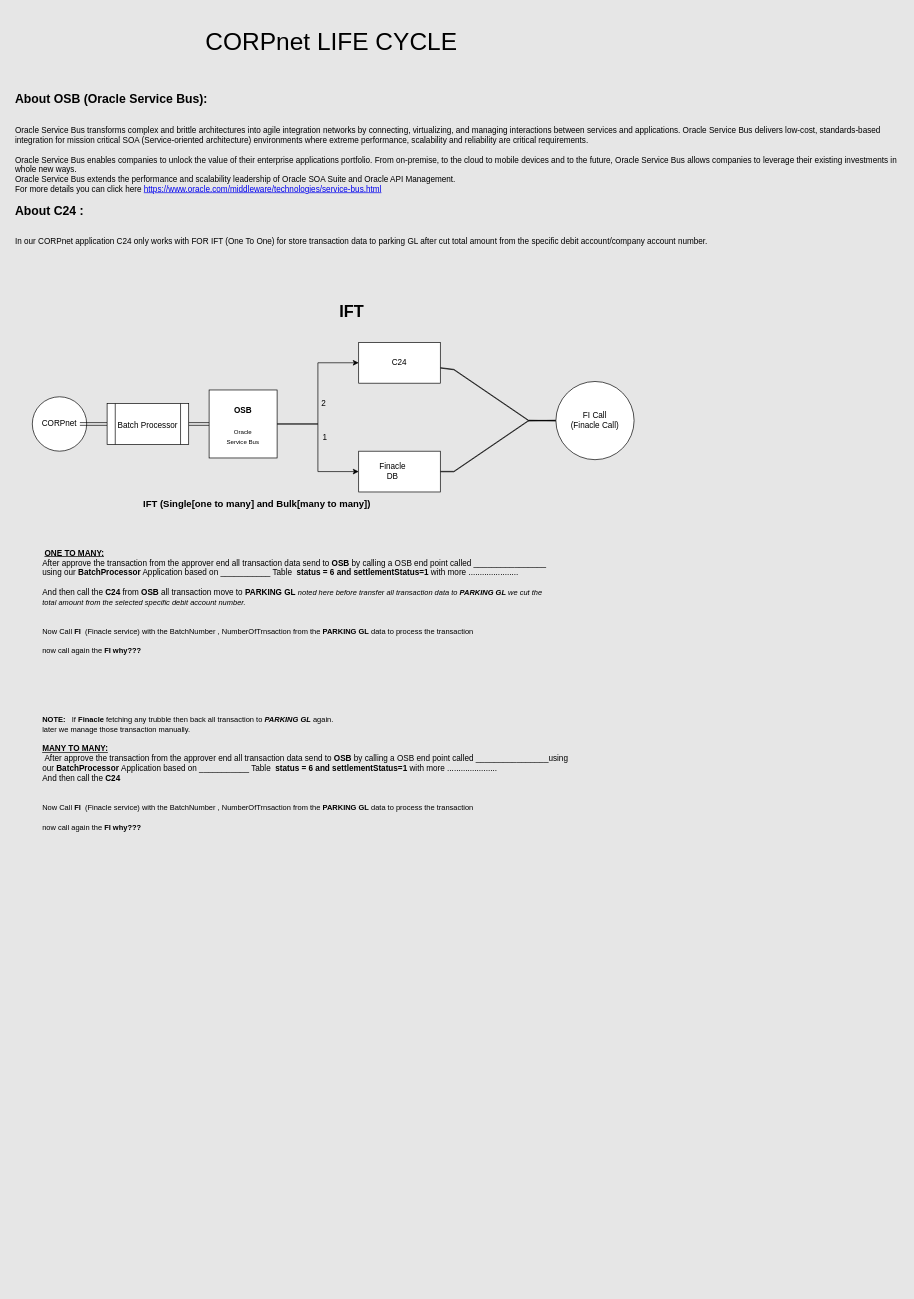
Earlier version of the draw.io diagram Untitled Diagram.drawio (MdGolam-Kibria/ApiForRoadsideHelper). Source tidied: cells renumbered, new cells numbered last; positions are measured from the earlier drawing's top-left corner, leaving out a move shared by most shapes. Both pictures are drawn from the tidied source at 68%, with x=0, y=0 at pixel (12, 22).
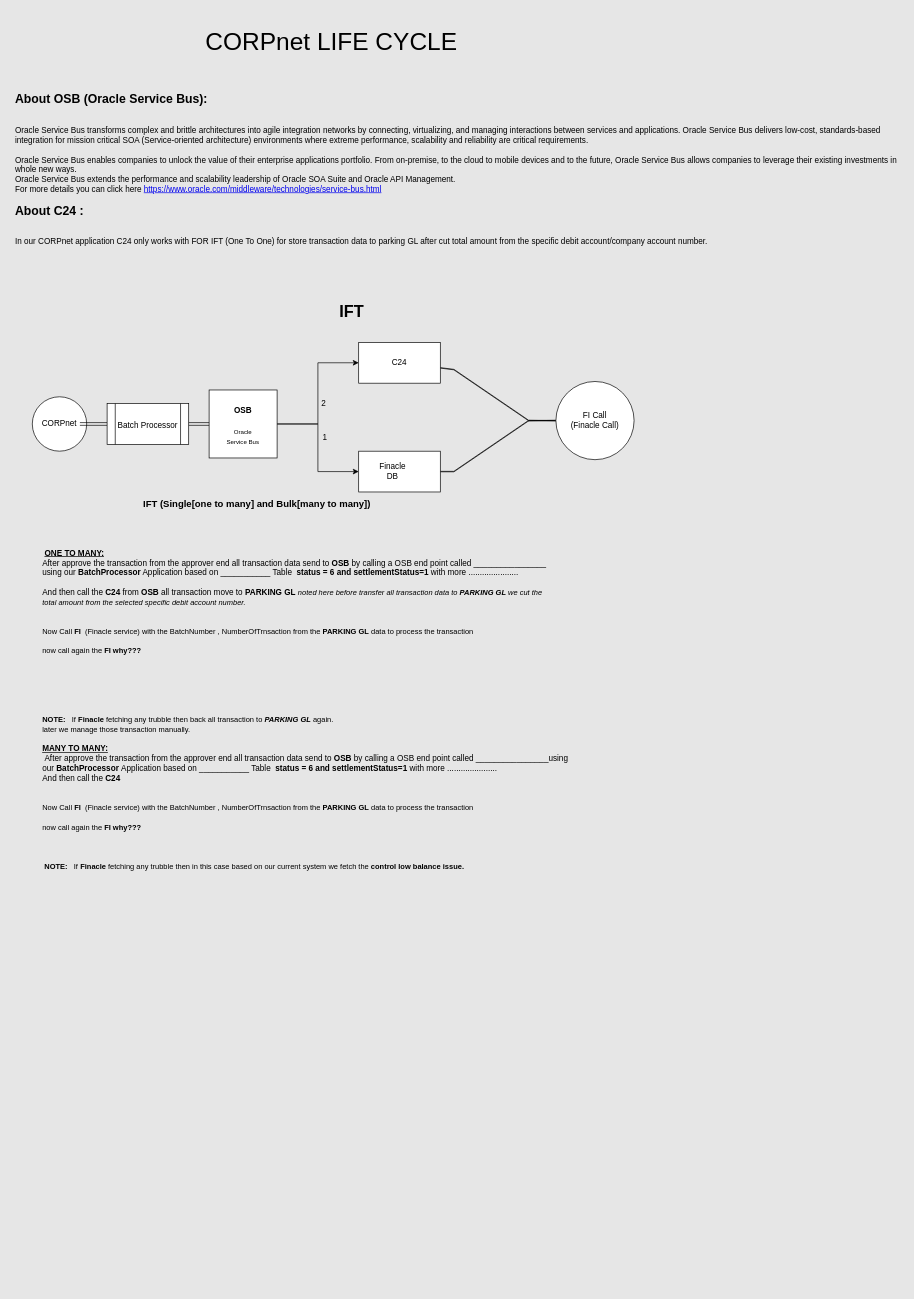
The same diagram, later.

Change to the diagram source:
```diff
@@
-    <mxCell id="17" value="&lt;div&gt;&lt;div style=&quot;text-align: center&quot;&gt;&lt;br&gt;&lt;/div&gt;&lt;div style=&quot;text-align: center&quot;&gt;&lt;b&gt;&lt;font style=&quot;font-size: 24px&quot;&gt;&lt;br&gt;&lt;/font&gt;&lt;/b&gt;&lt;/div&gt;&lt;div&gt;&lt;b&gt;&lt;span&gt; &amp;nbsp;&lt;/span&gt;&amp;nbsp; &amp;nbsp; &amp;nbsp; &amp;nbsp; &amp;nbsp; &amp;nbsp;&amp;nbsp;&lt;u&gt;ONE TO MANY:&lt;/u&gt;&lt;/b&gt;&lt;/div&gt;&lt;blockquote style=&quot;margin: 0px 0px 0px 40px ; border: none ; padding: 0px&quot;&gt;&lt;div&gt;&lt;/div&gt;&lt;/blockquote&gt;&lt;/div&gt;&lt;blockquote style=&quot;margin: 0 0 0 40px ; border: none ; padding: 0px&quot;&gt;&lt;div&gt;&lt;div&gt;&lt;span&gt;After approve the transaction from the approver end all transaction data send to &lt;/span&gt;&lt;b&gt;OSB&lt;/b&gt;&lt;span&gt;&amp;nbsp;by calling a OSB end point called ________________&lt;/span&gt;&lt;/div&gt;&lt;/div&gt;&lt;div&gt;using our &lt;b&gt;BatchProcessor&lt;/b&gt; Application based on ___________ Table&amp;nbsp; &lt;b&gt;status = 6 and settlementStatus=1&lt;/b&gt; with more ......................&lt;/div&gt;&lt;div&gt;&lt;br&gt;&lt;/div&gt;&lt;div&gt;And then call the &lt;b&gt;C24 &lt;/b&gt;from&lt;b&gt; OSB&amp;nbsp;&lt;/b&gt;all transaction move to&amp;nbsp;&lt;b&gt;PARKING GL&lt;/b&gt;&amp;nbsp;&lt;i&gt;&lt;font style=&quot;font-size: 11px&quot;&gt;noted here before transfer all transaction data to &lt;b&gt;PARKING GL&lt;/b&gt;&amp;nbsp;we cut the&amp;nbsp;&lt;/font&gt;&lt;/i&gt;&lt;/div&gt;&lt;div&gt;&lt;i&gt;&lt;font style=&quot;font-size: 11px&quot;&gt;total amount from the selected specific debit account number.&lt;/font&gt;&lt;/i&gt;&lt;/div&gt;&lt;div&gt;&lt;i&gt;&lt;font style=&quot;font-size: 11px&quot;&gt;&lt;br&gt;&lt;/font&gt;&lt;/i&gt;&lt;/div&gt;&lt;div&gt;&lt;i&gt;&lt;font style=&quot;font-size: 11px&quot;&gt;&lt;br&gt;&lt;/font&gt;&lt;/i&gt;&lt;/div&gt;&lt;div&gt;&lt;span style=&quot;font-size: 11px&quot;&gt;Now Call &lt;b&gt;FI&amp;nbsp;&amp;nbsp;&lt;/b&gt;(Finacle service) with the BatchNumber , NumberOfTrnsaction&lt;b&gt;&amp;nbsp;&lt;/b&gt;from the&amp;nbsp;&lt;/span&gt;&lt;span&gt;&lt;font style=&quot;font-size: 11px&quot;&gt;&lt;b&gt;PARKING GL&lt;/b&gt;&lt;b style=&quot;font-style: italic&quot;&gt; &lt;/b&gt;data to process the transaction&lt;/font&gt;&lt;/span&gt;&lt;/div&gt;&lt;div&gt;&lt;span&gt;&lt;font style=&quot;font-size: 11px&quot;&gt;&lt;br&gt;&lt;/font&gt;&lt;/span&gt;&lt;/div&gt;&lt;div&gt;&lt;font style=&quot;font-size: 11px&quot;&gt;now call again the &lt;b&gt;FI why???&lt;/b&gt;&lt;/font&gt;&lt;/div&gt;&lt;div&gt;&lt;span&gt;&lt;font style=&quot;font-size: 11px&quot;&gt;&lt;b&gt;&lt;br&gt;&lt;/b&gt;&lt;/font&gt;&lt;/span&gt;&lt;/div&gt;&lt;div&gt;&lt;span&gt;&lt;font style=&quot;font-size: 11px&quot;&gt;&lt;b&gt;&lt;br&gt;&lt;/b&gt;&lt;/font&gt;&lt;/span&gt;&lt;/div&gt;&lt;div&gt;&lt;span&gt;&lt;font style=&quot;font-size: 11px&quot;&gt;&lt;b&gt;&lt;br&gt;&lt;/b&gt;&lt;/font&gt;&lt;/span&gt;&lt;/div&gt;&lt;div&gt;&lt;span&gt;&lt;font style=&quot;font-size: 11px&quot;&gt;&lt;b&gt;&lt;br&gt;&lt;/b&gt;&lt;/font&gt;&lt;/span&gt;&lt;/div&gt;&lt;div&gt;&lt;span&gt;&lt;font style=&quot;font-size: 11px&quot;&gt;&lt;b&gt;&lt;br&gt;&lt;/b&gt;&lt;/font&gt;&lt;/span&gt;&lt;/div&gt;&lt;div&gt;&lt;span&gt;&lt;font style=&quot;font-size: 11px&quot;&gt;&lt;b&gt;&lt;br&gt;&lt;/b&gt;&lt;/font&gt;&lt;/span&gt;&lt;/div&gt;&lt;div&gt;&lt;font&gt;&lt;b style=&quot;font-size: 11px&quot;&gt;NOTE:&amp;nbsp; &amp;nbsp;&lt;/b&gt;&lt;span style=&quot;font-size: 11px&quot;&gt;If&lt;/span&gt; &lt;b style=&quot;font-size: 11px&quot;&gt;Finacle&amp;nbsp;&lt;/b&gt;&lt;span style=&quot;font-size: 11px&quot;&gt;fetching&lt;b&gt; &lt;/b&gt;any t&lt;/span&gt;&lt;/font&gt;&lt;span style=&quot;font-size: 11px&quot;&gt;rubble then back all transaction to&amp;nbsp;&lt;/span&gt;&lt;span&gt;&lt;font style=&quot;font-size: 11px&quot;&gt;&lt;b style=&quot;font-style: italic&quot;&gt;PARKING GL&lt;/b&gt;&lt;i&gt;&amp;nbsp;&lt;/i&gt;again.&amp;nbsp;&lt;/font&gt;&lt;/span&gt;&lt;/div&gt;&lt;div&gt;&lt;span&gt;&lt;font style=&quot;font-size: 11px&quot;&gt;later we manage those transaction manually.&lt;i&gt;&amp;nbsp;&lt;/i&gt;&lt;/font&gt;&lt;/span&gt;&lt;/div&gt;&lt;div&gt;&lt;u&gt;&lt;b&gt;&lt;br&gt;&lt;/b&gt;&lt;/u&gt;&lt;/div&gt;&lt;div&gt;&lt;u&gt;&lt;b&gt;MANY TO MANY:&lt;/b&gt;&lt;/u&gt;&lt;br&gt;&lt;/div&gt;&lt;div&gt;&amp;nbsp;After approve the transaction from the approver end all transaction data send to&amp;nbsp;&lt;b&gt;OSB&lt;/b&gt;&amp;nbsp;by calling a OSB end point called ________________using our&amp;nbsp;&lt;b&gt;BatchProcessor&lt;/b&gt;&amp;nbsp;Application based on ___________ &lt;span&gt;Table&amp;nbsp; &lt;b&gt;status = 6 and settlementStatus=1&lt;/b&gt; with more ......................&lt;/span&gt;&lt;/div&gt;&lt;div&gt;&lt;div&gt;And then call the&amp;nbsp;&lt;b&gt;C24&amp;nbsp;&lt;/b&gt;&lt;/div&gt;&lt;div&gt;&lt;br&gt;&lt;/div&gt;&lt;div&gt;&lt;br&gt;&lt;/div&gt;&lt;div&gt;&lt;span style=&quot;font-size: 11px&quot;&gt;Now Call&amp;nbsp;&lt;b&gt;FI&amp;nbsp;&amp;nbsp;&lt;/b&gt;(Finacle service) with the BatchNumber , NumberOfTrnsaction&lt;b&gt;&amp;nbsp;&lt;/b&gt;from the&amp;nbsp;&lt;/span&gt;&lt;font style=&quot;font-size: 11px&quot;&gt;&lt;b&gt;PARKING GL&lt;/b&gt;&lt;b style=&quot;font-style: italic&quot;&gt;&amp;nbsp;&lt;/b&gt;data to process the transaction&lt;/font&gt;&lt;/div&gt;&lt;div&gt;&lt;font style=&quot;font-size: 11px&quot;&gt;&lt;br&gt;&lt;/font&gt;&lt;/div&gt;&lt;div&gt;&lt;font style=&quot;font-size: 11px&quot;&gt;now call again the&amp;nbsp;&lt;b&gt;FI why???&lt;/b&gt;&lt;/font&gt;&lt;/div&gt;&lt;/div&gt;&lt;div&gt;&lt;font&gt;&lt;span style=&quot;font-size: 11px&quot;&gt;&amp;nbsp;&lt;/span&gt;&lt;/font&gt;&lt;/div&gt;&lt;/blockquote&gt;&lt;div&gt;&lt;b&gt;&lt;br&gt;&lt;/b&gt;&lt;/div&gt;&lt;div&gt;&lt;b&gt;&lt;br&gt;&lt;/b&gt;&lt;/div&gt;&lt;div&gt;&lt;br&gt;&lt;/div&gt;" style="text;html=1;strokeColor=none;fillColor=none;spacing=5;spacingTop=-20;overflow=hidden;rounded=0;fontSize=12;labelBackgroundColor=none;labelBorderColor=none;whiteSpace=wrap;direction=west;" parent="1" vertex="1">
+    <mxCell id="17" value="&lt;div&gt;&lt;div style=&quot;text-align: center&quot;&gt;&lt;br&gt;&lt;/div&gt;&lt;div style=&quot;text-align: center&quot;&gt;&lt;b&gt;&lt;font style=&quot;font-size: 24px&quot;&gt;&lt;br&gt;&lt;/font&gt;&lt;/b&gt;&lt;/div&gt;&lt;div&gt;&lt;b&gt;&lt;span&gt; &amp;nbsp;&lt;/span&gt;&amp;nbsp; &amp;nbsp; &amp;nbsp; &amp;nbsp; &amp;nbsp; &amp;nbsp;&amp;nbsp;&lt;u&gt;ONE TO MANY:&lt;/u&gt;&lt;/b&gt;&lt;/div&gt;&lt;blockquote style=&quot;margin: 0px 0px 0px 40px ; border: none ; padding: 0px&quot;&gt;&lt;div&gt;&lt;/div&gt;&lt;/blockquote&gt;&lt;/div&gt;&lt;blockquote style=&quot;margin: 0 0 0 40px ; border: none ; padding: 0px&quot;&gt;&lt;div&gt;&lt;div&gt;&lt;span&gt;After approve the transaction from the approver end all transaction data send to &lt;/span&gt;&lt;b&gt;OSB&lt;/b&gt;&lt;span&gt;&amp;nbsp;by calling a OSB end point called ________________&lt;/span&gt;&lt;/div&gt;&lt;/div&gt;&lt;div&gt;using our &lt;b&gt;BatchProcessor&lt;/b&gt; Application based on ___________ Table&amp;nbsp; &lt;b&gt;status = 6 and settlementStatus=1&lt;/b&gt; with more ......................&lt;/div&gt;&lt;div&gt;&lt;br&gt;&lt;/div&gt;&lt;div&gt;And then call the &lt;b&gt;C24 &lt;/b&gt;from&lt;b&gt; OSB&amp;nbsp;&lt;/b&gt;all transaction move to&amp;nbsp;&lt;b&gt;PARKING GL&lt;/b&gt;&amp;nbsp;&lt;i&gt;&lt;font style=&quot;font-size: 11px&quot;&gt;noted here before transfer all transaction data to &lt;b&gt;PARKING GL&lt;/b&gt;&amp;nbsp;we cut the&amp;nbsp;&lt;/font&gt;&lt;/i&gt;&lt;/div&gt;&lt;div&gt;&lt;i&gt;&lt;font style=&quot;font-size: 11px&quot;&gt;total amount from the selected specific debit account number.&lt;/font&gt;&lt;/i&gt;&lt;/div&gt;&lt;div&gt;&lt;i&gt;&lt;font style=&quot;font-size: 11px&quot;&gt;&lt;br&gt;&lt;/font&gt;&lt;/i&gt;&lt;/div&gt;&lt;div&gt;&lt;i&gt;&lt;font style=&quot;font-size: 11px&quot;&gt;&lt;br&gt;&lt;/font&gt;&lt;/i&gt;&lt;/div&gt;&lt;div&gt;&lt;span style=&quot;font-size: 11px&quot;&gt;Now Call &lt;b&gt;FI&amp;nbsp;&amp;nbsp;&lt;/b&gt;(Finacle service) with the BatchNumber , NumberOfTrnsaction&lt;b&gt;&amp;nbsp;&lt;/b&gt;from the&amp;nbsp;&lt;/span&gt;&lt;span&gt;&lt;font style=&quot;font-size: 11px&quot;&gt;&lt;b&gt;PARKING GL&lt;/b&gt;&lt;b style=&quot;font-style: italic&quot;&gt; &lt;/b&gt;data to process the transaction&lt;/font&gt;&lt;/span&gt;&lt;/div&gt;&lt;div&gt;&lt;span&gt;&lt;font style=&quot;font-size: 11px&quot;&gt;&lt;br&gt;&lt;/font&gt;&lt;/span&gt;&lt;/div&gt;&lt;div&gt;&lt;font style=&quot;font-size: 11px&quot;&gt;now call again the &lt;b&gt;FI why???&lt;/b&gt;&lt;/font&gt;&lt;/div&gt;&lt;div&gt;&lt;span&gt;&lt;font style=&quot;font-size: 11px&quot;&gt;&lt;b&gt;&lt;br&gt;&lt;/b&gt;&lt;/font&gt;&lt;/span&gt;&lt;/div&gt;&lt;div&gt;&lt;span&gt;&lt;font style=&quot;font-size: 11px&quot;&gt;&lt;b&gt;&lt;br&gt;&lt;/b&gt;&lt;/font&gt;&lt;/span&gt;&lt;/div&gt;&lt;div&gt;&lt;span&gt;&lt;font style=&quot;font-size: 11px&quot;&gt;&lt;b&gt;&lt;br&gt;&lt;/b&gt;&lt;/font&gt;&lt;/span&gt;&lt;/div&gt;&lt;div&gt;&lt;span&gt;&lt;font style=&quot;font-size: 11px&quot;&gt;&lt;b&gt;&lt;br&gt;&lt;/b&gt;&lt;/font&gt;&lt;/span&gt;&lt;/div&gt;&lt;div&gt;&lt;span&gt;&lt;font style=&quot;font-size: 11px&quot;&gt;&lt;b&gt;&lt;br&gt;&lt;/b&gt;&lt;/font&gt;&lt;/span&gt;&lt;/div&gt;&lt;div&gt;&lt;span&gt;&lt;font style=&quot;font-size: 11px&quot;&gt;&lt;b&gt;&lt;br&gt;&lt;/b&gt;&lt;/font&gt;&lt;/span&gt;&lt;/div&gt;&lt;div&gt;&lt;font&gt;&lt;b style=&quot;font-size: 11px&quot;&gt;NOTE:&amp;nbsp; &amp;nbsp;&lt;/b&gt;&lt;span style=&quot;font-size: 11px&quot;&gt;If&lt;/span&gt; &lt;b style=&quot;font-size: 11px&quot;&gt;Finacle&amp;nbsp;&lt;/b&gt;&lt;span style=&quot;font-size: 11px&quot;&gt;fetching&lt;b&gt; &lt;/b&gt;any t&lt;/span&gt;&lt;/font&gt;&lt;span style=&quot;font-size: 11px&quot;&gt;rubble then back all transaction to&amp;nbsp;&lt;/span&gt;&lt;span&gt;&lt;font style=&quot;font-size: 11px&quot;&gt;&lt;b style=&quot;font-style: italic&quot;&gt;PARKING GL&lt;/b&gt;&lt;i&gt;&amp;nbsp;&lt;/i&gt;again.&amp;nbsp;&lt;/font&gt;&lt;/span&gt;&lt;/div&gt;&lt;div&gt;&lt;span&gt;&lt;font style=&quot;font-size: 11px&quot;&gt;later we manage those transaction manually.&lt;i&gt;&amp;nbsp;&lt;/i&gt;&lt;/font&gt;&lt;/span&gt;&lt;/div&gt;&lt;div&gt;&lt;u&gt;&lt;b&gt;&lt;br&gt;&lt;/b&gt;&lt;/u&gt;&lt;/div&gt;&lt;div&gt;&lt;u&gt;&lt;b&gt;MANY TO MANY:&lt;/b&gt;&lt;/u&gt;&lt;br&gt;&lt;/div&gt;&lt;div&gt;&amp;nbsp;After approve the transaction from the approver end all transaction data send to&amp;nbsp;&lt;b&gt;OSB&lt;/b&gt;&amp;nbsp;by calling a OSB end point called ________________using our&amp;nbsp;&lt;b&gt;BatchProcessor&lt;/b&gt;&amp;nbsp;Application based on ___________ &lt;span&gt;Table&amp;nbsp; &lt;b&gt;status = 6 and settlementStatus=1&lt;/b&gt; with more ......................&lt;/span&gt;&lt;/div&gt;&lt;div&gt;&lt;div&gt;And then call the&amp;nbsp;&lt;b&gt;C24&amp;nbsp;&lt;/b&gt;&lt;/div&gt;&lt;div&gt;&lt;br&gt;&lt;/div&gt;&lt;div&gt;&lt;br&gt;&lt;/div&gt;&lt;div&gt;&lt;span style=&quot;font-size: 11px&quot;&gt;Now Call&amp;nbsp;&lt;b&gt;FI&amp;nbsp;&amp;nbsp;&lt;/b&gt;(Finacle service) with the BatchNumber , NumberOfTrnsaction&lt;b&gt;&amp;nbsp;&lt;/b&gt;from the&amp;nbsp;&lt;/span&gt;&lt;font style=&quot;font-size: 11px&quot;&gt;&lt;b&gt;PARKING GL&lt;/b&gt;&lt;b style=&quot;font-style: italic&quot;&gt;&amp;nbsp;&lt;/b&gt;data to process the transaction&lt;/font&gt;&lt;/div&gt;&lt;div&gt;&lt;font style=&quot;font-size: 11px&quot;&gt;&lt;br&gt;&lt;/font&gt;&lt;/div&gt;&lt;div&gt;&lt;font style=&quot;font-size: 11px&quot;&gt;now call again the&amp;nbsp;&lt;b&gt;FI why???&lt;/b&gt;&lt;/font&gt;&lt;/div&gt;&lt;/div&gt;&lt;div&gt;&lt;font style=&quot;font-size: 11px&quot;&gt;&lt;b&gt;&lt;br&gt;&lt;/b&gt;&lt;/font&gt;&lt;/div&gt;&lt;div&gt;&lt;font style=&quot;font-size: 11px&quot;&gt;&lt;b&gt;&lt;br&gt;&lt;/b&gt;&lt;/font&gt;&lt;/div&gt;&lt;div&gt;&lt;font style=&quot;font-size: 11px&quot;&gt;&lt;b&gt;&lt;br&gt;&lt;/b&gt;&lt;/font&gt;&lt;/div&gt;&lt;div&gt;&lt;font&gt;&lt;span style=&quot;font-size: 11px&quot;&gt;&amp;nbsp;&lt;/span&gt;&lt;/font&gt;&lt;b style=&quot;font-size: 11px&quot;&gt;NOTE:&amp;nbsp; &amp;nbsp;&lt;/b&gt;&lt;span style=&quot;font-size: 11px&quot;&gt;If&lt;/span&gt;&lt;span&gt;&amp;nbsp;&lt;/span&gt;&lt;b style=&quot;font-size: 11px&quot;&gt;Finacle&amp;nbsp;&lt;/b&gt;&lt;span style=&quot;font-size: 11px&quot;&gt;fetching&lt;b&gt;&amp;nbsp;&lt;/b&gt;any t&lt;/span&gt;&lt;span style=&quot;font-size: 11px&quot;&gt;rubble then in this case based on our current system we fetch the &lt;b&gt;control low balance issue.&lt;/b&gt;&lt;/span&gt;&lt;/div&gt;&lt;/blockquote&gt;&lt;div&gt;&lt;b&gt;&lt;br&gt;&lt;/b&gt;&lt;/div&gt;&lt;div&gt;&lt;b&gt;&lt;br&gt;&lt;/b&gt;&lt;/div&gt;&lt;div&gt;&lt;br&gt;&lt;/div&gt;" style="text;html=1;strokeColor=none;fillColor=none;spacing=5;spacingTop=-20;overflow=hidden;rounded=0;fontSize=12;labelBackgroundColor=none;labelBorderColor=none;whiteSpace=wrap;direction=west;" parent="1" vertex="1">
       <mxGeometry y="740" width="840" height="1120" as="geometry" />
     </mxCell>
```
